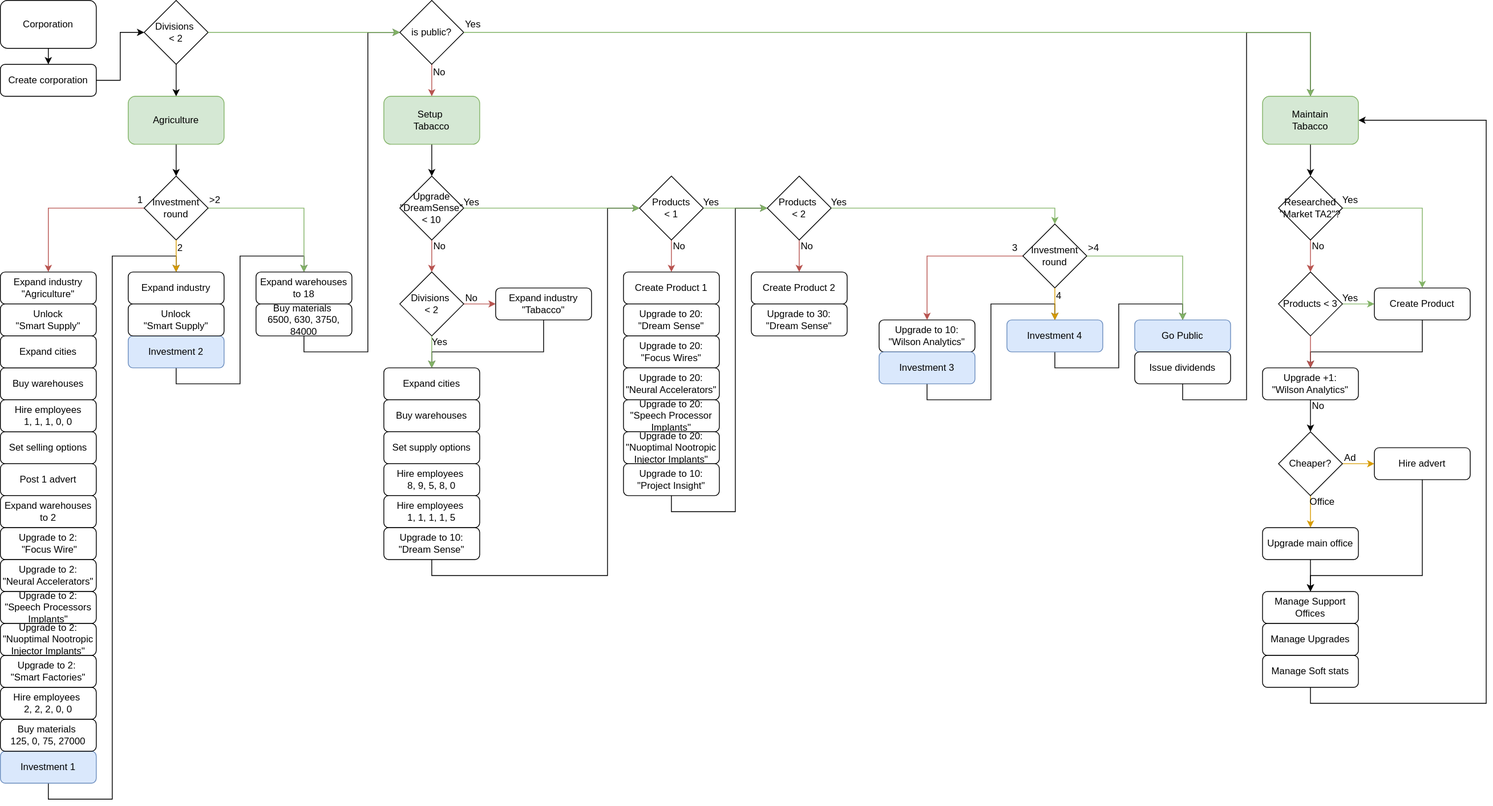
InfernoIV/bitburner-scripts keeps this draw.io diagram as diagrams/Corporation sequence.svg. Above is the earlier version. Source tidied: cells renumbered, new cells last; positions are measured from the earlier drawing's top-left corner, leaving out a move shared by most shapes.
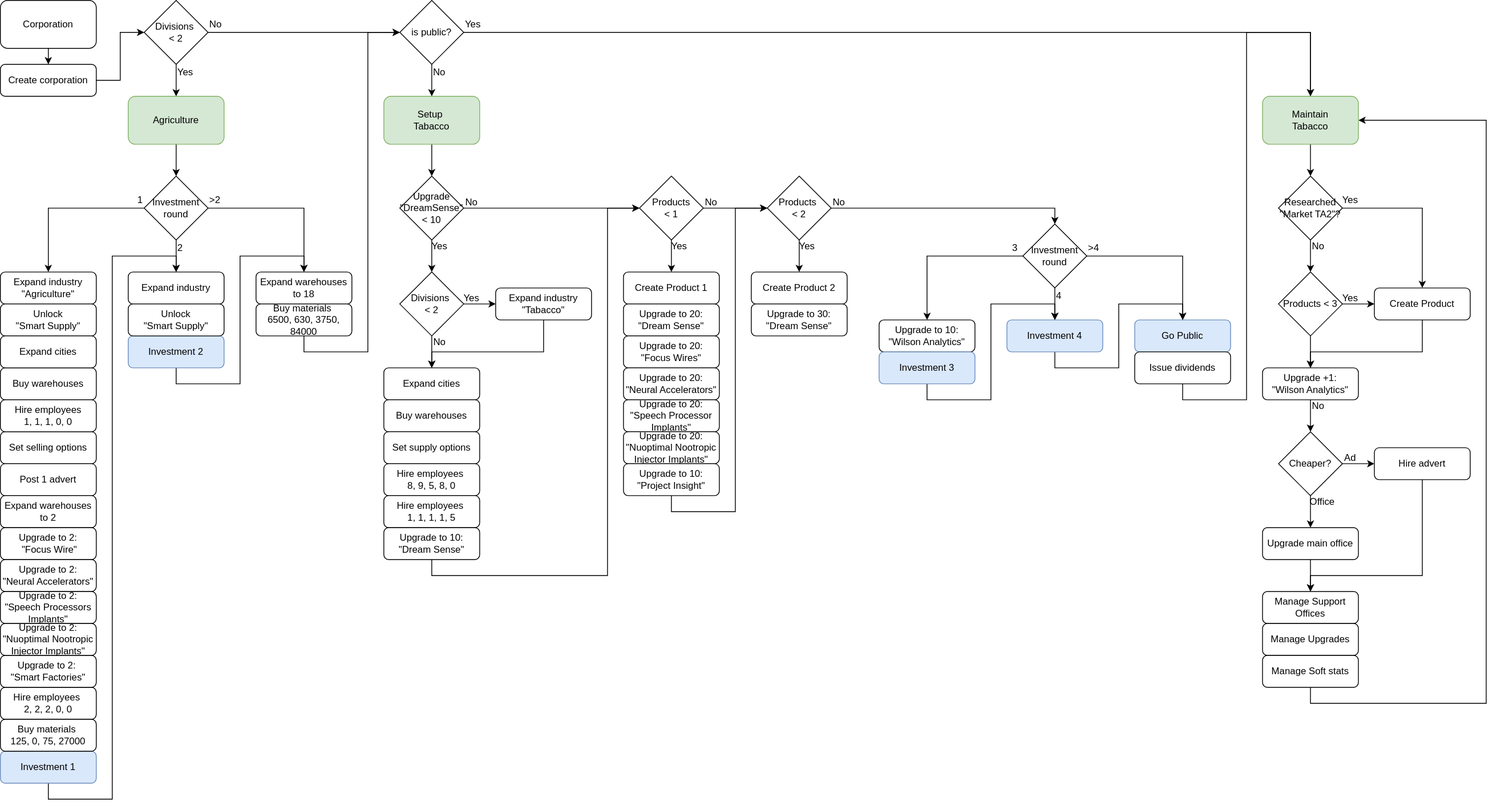
After the change.

Diff of the diagram source:
```diff
@@ -122,6 +122,6 @@
     </mxCell>
-    <mxCell id="37" style="edgeStyle=orthogonalEdgeStyle;rounded=0;jettySize=auto;html=1;exitX=0;exitY=0.5;exitDx=0;exitDy=0;entryX=0.5;entryY=0;entryDx=0;entryDy=0;fillColor=#f8cecc;strokeColor=#b85450;" parent="1" edge="1" source="39" target="22">
+    <mxCell id="37" style="edgeStyle=orthogonalEdgeStyle;rounded=0;jettySize=auto;html=1;exitX=0;exitY=0.5;exitDx=0;exitDy=0;entryX=0.5;entryY=0;entryDx=0;entryDy=0;" parent="1" edge="1" source="39" target="22">
       <mxGeometry relative="1" as="geometry" />
     </mxCell>
-    <mxCell id="38" style="edgeStyle=orthogonalEdgeStyle;rounded=0;jettySize=auto;html=1;exitX=1;exitY=0.5;exitDx=0;exitDy=0;fillColor=#d5e8d4;strokeColor=#82b366;" parent="1" edge="1" source="39" target="51">
+    <mxCell id="38" style="edgeStyle=orthogonalEdgeStyle;rounded=0;jettySize=auto;html=1;exitX=1;exitY=0.5;exitDx=0;exitDy=0;" parent="1" edge="1" source="39" target="51">
       <mxGeometry relative="1" as="geometry" />
@@ -140,3 +140,3 @@
     </mxCell>
-    <mxCell id="43" style="edgeStyle=orthogonalEdgeStyle;rounded=0;jettySize=auto;html=1;exitX=0.5;exitY=1;exitDx=0;exitDy=0;entryX=0.5;entryY=0;entryDx=0;entryDy=0;fillColor=#ffe6cc;strokeColor=#d79b00;" parent="1" edge="1" source="39" target="41">
+    <mxCell id="43" style="edgeStyle=orthogonalEdgeStyle;rounded=0;jettySize=auto;html=1;exitX=0.5;exitY=1;exitDx=0;exitDy=0;entryX=0.5;entryY=0;entryDx=0;entryDy=0;" parent="1" edge="1" source="39" target="41">
       <mxGeometry relative="1" as="geometry" />
@@ -152,3 +152,3 @@
     </mxCell>
-    <mxCell id="47" style="edgeStyle=orthogonalEdgeStyle;rounded=0;jettySize=auto;html=1;exitX=0.5;exitY=1;exitDx=0;exitDy=0;entryX=0.5;entryY=0;entryDx=0;entryDy=0;fillColor=#f8cecc;strokeColor=#b85450;" parent="1" edge="1" source="48" target="15">
+    <mxCell id="47" style="edgeStyle=orthogonalEdgeStyle;rounded=0;jettySize=auto;html=1;exitX=0.5;exitY=1;exitDx=0;exitDy=0;entryX=0.5;entryY=0;entryDx=0;entryDy=0;" parent="1" edge="1" source="48" target="15">
       <mxGeometry relative="1" as="geometry" />
@@ -182,3 +182,3 @@
     </mxCell>
-    <mxCell id="55" style="edgeStyle=orthogonalEdgeStyle;rounded=0;jettySize=auto;html=1;exitX=0.5;exitY=1;exitDx=0;exitDy=0;entryX=0.5;entryY=0;entryDx=0;entryDy=0;fillColor=#f8cecc;strokeColor=#b85450;" parent="1" edge="1" source="56" target="59">
+    <mxCell id="55" style="edgeStyle=orthogonalEdgeStyle;rounded=0;jettySize=auto;html=1;exitX=0.5;exitY=1;exitDx=0;exitDy=0;entryX=0.5;entryY=0;entryDx=0;entryDy=0;" parent="1" edge="1" source="56" target="59">
       <mxGeometry relative="1" as="geometry" />
@@ -188,3 +188,3 @@
     </mxCell>
-    <mxCell id="57" style="edgeStyle=orthogonalEdgeStyle;rounded=0;jettySize=auto;html=1;exitX=0.5;exitY=1;exitDx=0;exitDy=0;entryX=0.5;entryY=0;entryDx=0;entryDy=0;fillColor=#f8cecc;strokeColor=#b85450;" parent="1" edge="1" source="58" target="60">
+    <mxCell id="57" style="edgeStyle=orthogonalEdgeStyle;rounded=0;jettySize=auto;html=1;exitX=0.5;exitY=1;exitDx=0;exitDy=0;entryX=0.5;entryY=0;entryDx=0;entryDy=0;" parent="1" edge="1" source="58" target="60">
       <mxGeometry relative="1" as="geometry" />
@@ -200,3 +200,3 @@
     </mxCell>
-    <mxCell id="61" style="edgeStyle=orthogonalEdgeStyle;rounded=0;jettySize=auto;html=1;exitX=0.5;exitY=1;exitDx=0;exitDy=0;entryX=0.5;entryY=0;entryDx=0;entryDy=0;fillColor=#f8cecc;strokeColor=#b85450;" parent="1" edge="1" source="62" target="64">
+    <mxCell id="61" style="edgeStyle=orthogonalEdgeStyle;rounded=0;jettySize=auto;html=1;exitX=0.5;exitY=1;exitDx=0;exitDy=0;entryX=0.5;entryY=0;entryDx=0;entryDy=0;" parent="1" edge="1" source="62" target="64">
       <mxGeometry relative="1" as="geometry" />
@@ -206,3 +206,3 @@
     </mxCell>
-    <mxCell id="63" style="edgeStyle=orthogonalEdgeStyle;rounded=0;jettySize=auto;html=1;exitX=1;exitY=0.5;exitDx=0;exitDy=0;fillColor=#f8cecc;strokeColor=#b85450;" parent="1" edge="1" source="64" target="68">
+    <mxCell id="63" style="edgeStyle=orthogonalEdgeStyle;rounded=0;jettySize=auto;html=1;exitX=1;exitY=0.5;exitDx=0;exitDy=0;" parent="1" edge="1" source="64" target="68">
       <mxGeometry relative="1" as="geometry" />
@@ -283,3 +283,3 @@
     </mxCell>
-    <mxCell id="83" style="edgeStyle=orthogonalEdgeStyle;rounded=0;jettySize=auto;html=1;exitX=0;exitY=0.5;exitDx=0;exitDy=0;entryX=0.5;entryY=0;entryDx=0;entryDy=0;fillColor=#f8cecc;strokeColor=#b85450;" parent="1" edge="1" source="97" target="3">
+    <mxCell id="83" style="edgeStyle=orthogonalEdgeStyle;rounded=0;jettySize=auto;html=1;exitX=0;exitY=0.5;exitDx=0;exitDy=0;entryX=0.5;entryY=0;entryDx=0;entryDy=0;" parent="1" edge="1" source="97" target="3">
       <mxGeometry relative="1" as="geometry">
@@ -293,15 +293,15 @@
     </mxCell>
-    <mxCell id="85" value="Yes" style="text;html=1;align=center;verticalAlign=middle;whiteSpace=wrap;rounded=0;" parent="1" vertex="1">
+    <mxCell id="85" value="No" style="text;html=1;align=center;verticalAlign=middle;whiteSpace=wrap;rounded=0;" parent="1" vertex="1">
       <mxGeometry x="580" y="245" width="20" height="15" as="geometry" />
     </mxCell>
-    <mxCell id="86" value="No" style="text;html=1;align=center;verticalAlign=middle;whiteSpace=wrap;rounded=0;" parent="1" vertex="1">
+    <mxCell id="86" value="Yes" style="text;html=1;align=center;verticalAlign=middle;whiteSpace=wrap;rounded=0;" parent="1" vertex="1">
       <mxGeometry x="840" y="300" width="20" height="15" as="geometry" />
     </mxCell>
-    <mxCell id="87" value="No" style="text;html=1;align=center;verticalAlign=middle;whiteSpace=wrap;rounded=0;" parent="1" vertex="1">
+    <mxCell id="87" value="Yes" style="text;html=1;align=center;verticalAlign=middle;whiteSpace=wrap;rounded=0;" parent="1" vertex="1">
       <mxGeometry x="1000" y="300" width="20" height="15" as="geometry" />
     </mxCell>
-    <mxCell id="88" value="No" style="text;html=1;align=center;verticalAlign=middle;whiteSpace=wrap;rounded=0;" parent="1" vertex="1">
+    <mxCell id="88" value="Yes" style="text;html=1;align=center;verticalAlign=middle;whiteSpace=wrap;rounded=0;" parent="1" vertex="1">
       <mxGeometry x="540" y="300" width="20" height="15" as="geometry" />
     </mxCell>
-    <mxCell id="89" style="edgeStyle=orthogonalEdgeStyle;rounded=0;jettySize=auto;html=1;entryX=0.5;entryY=0;entryDx=0;entryDy=0;fillColor=#d5e8d4;strokeColor=#82b366;exitX=1;exitY=0.5;exitDx=0;exitDy=0;" parent="1" edge="1" source="58" target="97">
+    <mxCell id="89" style="edgeStyle=orthogonalEdgeStyle;rounded=0;jettySize=auto;html=1;entryX=0.5;entryY=0;entryDx=0;entryDy=0;exitX=1;exitY=0.5;exitDx=0;exitDy=0;" parent="1" edge="1" source="58" target="97">
       <mxGeometry relative="1" as="geometry">
@@ -312,21 +312,21 @@
     </mxCell>
-    <mxCell id="90" style="edgeStyle=orthogonalEdgeStyle;rounded=0;jettySize=auto;html=1;exitX=1;exitY=0.5;exitDx=0;exitDy=0;entryX=0;entryY=0.5;entryDx=0;entryDy=0;fillColor=#d5e8d4;strokeColor=#82b366;" parent="1" edge="1" source="62" target="56">
+    <mxCell id="90" style="edgeStyle=orthogonalEdgeStyle;rounded=0;jettySize=auto;html=1;exitX=1;exitY=0.5;exitDx=0;exitDy=0;entryX=0;entryY=0.5;entryDx=0;entryDy=0;" parent="1" edge="1" source="62" target="56">
       <mxGeometry relative="1" as="geometry" />
     </mxCell>
-    <mxCell id="91" style="edgeStyle=orthogonalEdgeStyle;rounded=0;jettySize=auto;html=1;exitX=1;exitY=0.5;exitDx=0;exitDy=0;entryX=0;entryY=0.5;entryDx=0;entryDy=0;fillColor=#d5e8d4;strokeColor=#82b366;" parent="1" edge="1" source="56" target="58">
+    <mxCell id="91" style="edgeStyle=orthogonalEdgeStyle;rounded=0;jettySize=auto;html=1;exitX=1;exitY=0.5;exitDx=0;exitDy=0;entryX=0;entryY=0.5;entryDx=0;entryDy=0;" parent="1" edge="1" source="56" target="58">
       <mxGeometry relative="1" as="geometry" />
     </mxCell>
-    <mxCell id="92" value="No" style="text;html=1;align=center;verticalAlign=middle;whiteSpace=wrap;rounded=0;" parent="1" vertex="1">
+    <mxCell id="92" value="Yes" style="text;html=1;align=center;verticalAlign=middle;whiteSpace=wrap;rounded=0;" parent="1" vertex="1">
       <mxGeometry x="580" y="365" width="20" height="15" as="geometry" />
     </mxCell>
-    <mxCell id="93" value="Yes" style="text;html=1;align=center;verticalAlign=middle;whiteSpace=wrap;rounded=0;" parent="1" vertex="1">
+    <mxCell id="93" value="No" style="text;html=1;align=center;verticalAlign=middle;whiteSpace=wrap;rounded=0;" parent="1" vertex="1">
       <mxGeometry x="540" y="420" width="20" height="15" as="geometry" />
     </mxCell>
-    <mxCell id="94" style="edgeStyle=orthogonalEdgeStyle;rounded=0;jettySize=auto;html=1;exitX=0.5;exitY=1;exitDx=0;exitDy=0;entryX=0.5;entryY=0;entryDx=0;entryDy=0;fillColor=#d5e8d4;strokeColor=#82b366;" parent="1" edge="1" source="64" target="69">
+    <mxCell id="94" style="edgeStyle=orthogonalEdgeStyle;rounded=0;jettySize=auto;html=1;exitX=0.5;exitY=1;exitDx=0;exitDy=0;entryX=0.5;entryY=0;entryDx=0;entryDy=0;" parent="1" edge="1" source="64" target="69">
       <mxGeometry relative="1" as="geometry" />
     </mxCell>
-    <mxCell id="95" style="edgeStyle=orthogonalEdgeStyle;rounded=0;jettySize=auto;html=1;exitX=1;exitY=0.5;exitDx=0;exitDy=0;entryX=0;entryY=0.5;entryDx=0;entryDy=0;fillColor=#d5e8d4;strokeColor=#82b366;" parent="1" edge="1" source="46" target="48">
+    <mxCell id="95" style="edgeStyle=orthogonalEdgeStyle;rounded=0;jettySize=auto;html=1;exitX=1;exitY=0.5;exitDx=0;exitDy=0;entryX=0;entryY=0.5;entryDx=0;entryDy=0;" parent="1" edge="1" source="46" target="48">
       <mxGeometry relative="1" as="geometry" />
     </mxCell>
-    <mxCell id="96" style="edgeStyle=orthogonalEdgeStyle;rounded=0;jettySize=auto;html=1;exitX=1;exitY=0.5;exitDx=0;exitDy=0;entryX=0.5;entryY=0;entryDx=0;entryDy=0;fillColor=#d5e8d4;strokeColor=#82b366;" parent="1" edge="1" source="48" target="50">
+    <mxCell id="96" style="edgeStyle=orthogonalEdgeStyle;rounded=0;jettySize=auto;html=1;exitX=1;exitY=0.5;exitDx=0;exitDy=0;entryX=0.5;entryY=0;entryDx=0;entryDy=0;" parent="1" edge="1" source="48" target="50">
       <mxGeometry relative="1" as="geometry">
@@ -341,3 +341,3 @@
     </mxCell>
-    <mxCell id="98" style="edgeStyle=orthogonalEdgeStyle;rounded=0;jettySize=auto;html=1;exitX=0.5;exitY=1;exitDx=0;exitDy=0;entryX=0.5;entryY=0;entryDx=0;entryDy=0;fillColor=#ffe6cc;strokeColor=#d79b00;" parent="1" edge="1" source="97" target="13">
+    <mxCell id="98" style="edgeStyle=orthogonalEdgeStyle;rounded=0;jettySize=auto;html=1;exitX=0.5;exitY=1;exitDx=0;exitDy=0;entryX=0.5;entryY=0;entryDx=0;entryDy=0;" parent="1" edge="1" source="97" target="13">
       <mxGeometry relative="1" as="geometry">
@@ -349,3 +349,3 @@
     </mxCell>
-    <mxCell id="99" style="edgeStyle=orthogonalEdgeStyle;rounded=0;jettySize=auto;html=1;exitX=1;exitY=0.5;exitDx=0;exitDy=0;entryX=0.5;entryY=0;entryDx=0;entryDy=0;fillColor=#d5e8d4;strokeColor=#82b366;" parent="1" edge="1" source="97" target="19">
+    <mxCell id="99" style="edgeStyle=orthogonalEdgeStyle;rounded=0;jettySize=auto;html=1;exitX=1;exitY=0.5;exitDx=0;exitDy=0;entryX=0.5;entryY=0;entryDx=0;entryDy=0;" parent="1" edge="1" source="97" target="19">
       <mxGeometry relative="1" as="geometry">
@@ -356,6 +356,6 @@
     </mxCell>
-    <mxCell id="100" value="Yes" style="text;html=1;align=center;verticalAlign=middle;whiteSpace=wrap;rounded=0;" parent="1" vertex="1">
+    <mxCell id="100" value="No" style="text;html=1;align=center;verticalAlign=middle;whiteSpace=wrap;rounded=0;" parent="1" vertex="1">
       <mxGeometry x="880" y="245" width="20" height="15" as="geometry" />
     </mxCell>
-    <mxCell id="101" value="Yes" style="text;html=1;align=center;verticalAlign=middle;whiteSpace=wrap;rounded=0;" parent="1" vertex="1">
+    <mxCell id="101" value="No" style="text;html=1;align=center;verticalAlign=middle;whiteSpace=wrap;rounded=0;" parent="1" vertex="1">
       <mxGeometry x="1040" y="245" width="20" height="15" as="geometry" />
@@ -374,6 +374,6 @@
     </mxCell>
-    <mxCell id="106" style="edgeStyle=orthogonalEdgeStyle;rounded=0;jettySize=auto;html=1;exitX=1;exitY=0.5;exitDx=0;exitDy=0;entryX=0.5;entryY=0;entryDx=0;entryDy=0;fillColor=#d5e8d4;strokeColor=#82b366;" parent="1" edge="1" source="108" target="112">
+    <mxCell id="106" style="edgeStyle=orthogonalEdgeStyle;rounded=0;jettySize=auto;html=1;exitX=1;exitY=0.5;exitDx=0;exitDy=0;entryX=0.5;entryY=0;entryDx=0;entryDy=0;" parent="1" edge="1" source="108" target="112">
       <mxGeometry relative="1" as="geometry" />
     </mxCell>
-    <mxCell id="107" style="edgeStyle=orthogonalEdgeStyle;rounded=0;jettySize=auto;html=1;exitX=0.5;exitY=1;exitDx=0;exitDy=0;entryX=0.5;entryY=0;entryDx=0;entryDy=0;fillColor=#f8cecc;strokeColor=#b85450;" parent="1" edge="1" source="108" target="110">
+    <mxCell id="107" style="edgeStyle=orthogonalEdgeStyle;rounded=0;jettySize=auto;html=1;exitX=0.5;exitY=1;exitDx=0;exitDy=0;entryX=0.5;entryY=0;entryDx=0;entryDy=0;" parent="1" edge="1" source="108" target="110">
       <mxGeometry relative="1" as="geometry" />
@@ -383,3 +383,3 @@
     </mxCell>
-    <mxCell id="109" style="edgeStyle=orthogonalEdgeStyle;rounded=0;jettySize=auto;html=1;exitX=1;exitY=0.5;exitDx=0;exitDy=0;entryX=0;entryY=0.5;entryDx=0;entryDy=0;fillColor=#d5e8d4;strokeColor=#82b366;" parent="1" edge="1" source="110" target="112">
+    <mxCell id="109" style="edgeStyle=orthogonalEdgeStyle;rounded=0;jettySize=auto;html=1;exitX=1;exitY=0.5;exitDx=0;exitDy=0;entryX=0;entryY=0.5;entryDx=0;entryDy=0;" parent="1" edge="1" source="110" target="112">
       <mxGeometry relative="1" as="geometry" />
@@ -406,6 +406,6 @@
     </mxCell>
-    <mxCell id="115" style="edgeStyle=orthogonalEdgeStyle;rounded=0;jettySize=auto;html=1;exitX=0.5;exitY=1;exitDx=0;exitDy=0;entryX=0.5;entryY=0;entryDx=0;entryDy=0;fillColor=#ffe6cc;strokeColor=#d79b00;" parent="1" edge="1" source="117" target="121">
+    <mxCell id="115" style="edgeStyle=orthogonalEdgeStyle;rounded=0;jettySize=auto;html=1;exitX=0.5;exitY=1;exitDx=0;exitDy=0;entryX=0.5;entryY=0;entryDx=0;entryDy=0;" parent="1" edge="1" source="117" target="121">
       <mxGeometry relative="1" as="geometry" />
     </mxCell>
-    <mxCell id="116" style="edgeStyle=orthogonalEdgeStyle;rounded=0;jettySize=auto;html=1;exitX=1;exitY=0.5;exitDx=0;exitDy=0;entryX=0;entryY=0.5;entryDx=0;entryDy=0;fillColor=#ffe6cc;strokeColor=#d79b00;" parent="1" edge="1" source="117" target="119">
+    <mxCell id="116" style="edgeStyle=orthogonalEdgeStyle;rounded=0;jettySize=auto;html=1;exitX=1;exitY=0.5;exitDx=0;exitDy=0;entryX=0;entryY=0.5;entryDx=0;entryDy=0;" parent="1" edge="1" source="117" target="119">
       <mxGeometry relative="1" as="geometry" />
@@ -441,3 +441,3 @@
     </mxCell>
-    <mxCell id="125" style="edgeStyle=orthogonalEdgeStyle;rounded=0;jettySize=auto;html=1;exitX=0.5;exitY=1;exitDx=0;exitDy=0;entryX=0.5;entryY=0;entryDx=0;entryDy=0;fillColor=#f8cecc;strokeColor=#b85450;" parent="1" edge="1" source="110" target="114">
+    <mxCell id="125" style="edgeStyle=orthogonalEdgeStyle;rounded=0;jettySize=auto;html=1;exitX=0.5;exitY=1;exitDx=0;exitDy=0;entryX=0.5;entryY=0;entryDx=0;entryDy=0;" parent="1" edge="1" source="110" target="114">
       <mxGeometry relative="1" as="geometry" />
@@ -462,2 +462,8 @@
     </mxCell>
+    <mxCell id="132" value="Yes" style="text;html=1;align=left;verticalAlign=middle;whiteSpace=wrap;rounded=0;" parent="1" vertex="1">
+      <mxGeometry x="220" y="80" width="20" height="20" as="geometry" />
+    </mxCell>
+    <mxCell id="133" value="No" style="text;html=1;align=left;verticalAlign=middle;whiteSpace=wrap;rounded=0;" parent="1" vertex="1">
+      <mxGeometry x="260" y="20" width="20" height="20" as="geometry" />
+    </mxCell>
   </root>
```
